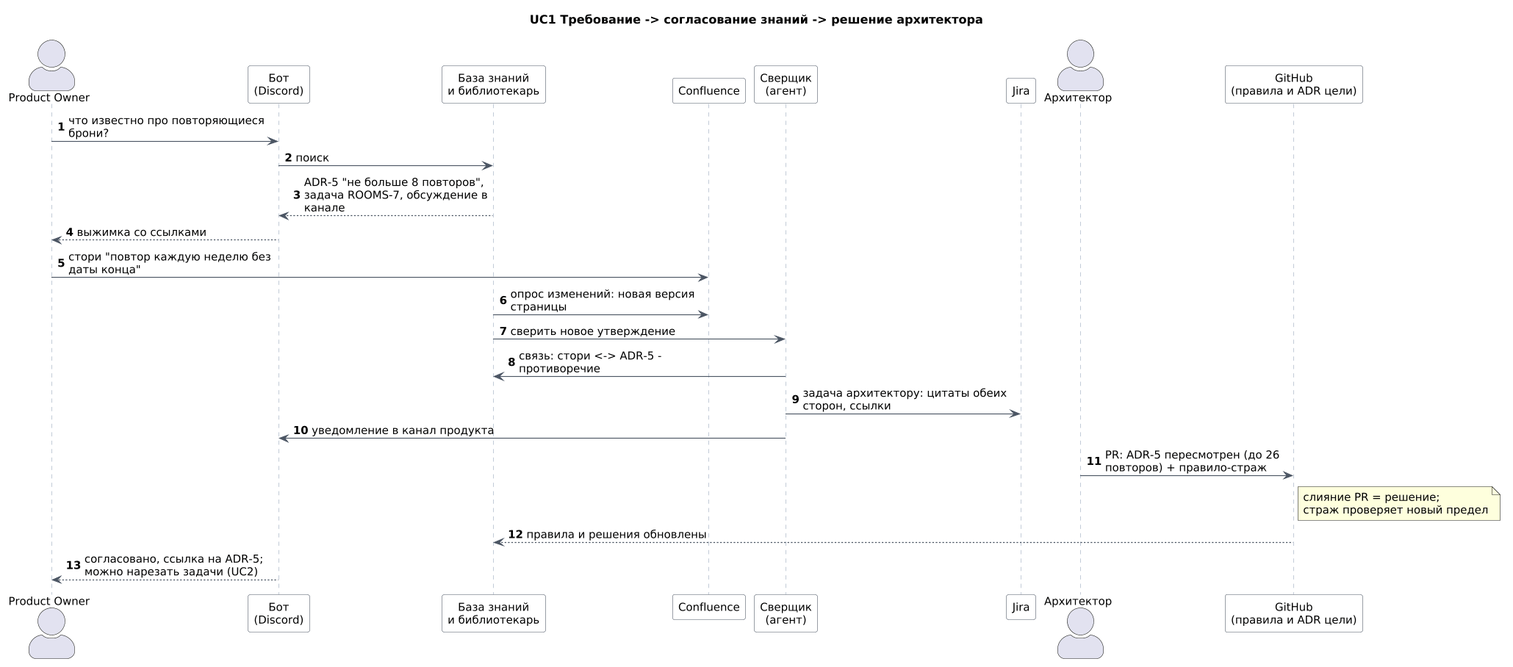
Earlier version of the PlantUML export docs/demo/diagrams/uc1-requirement-conflict.png (ypolosov/ai-factory).
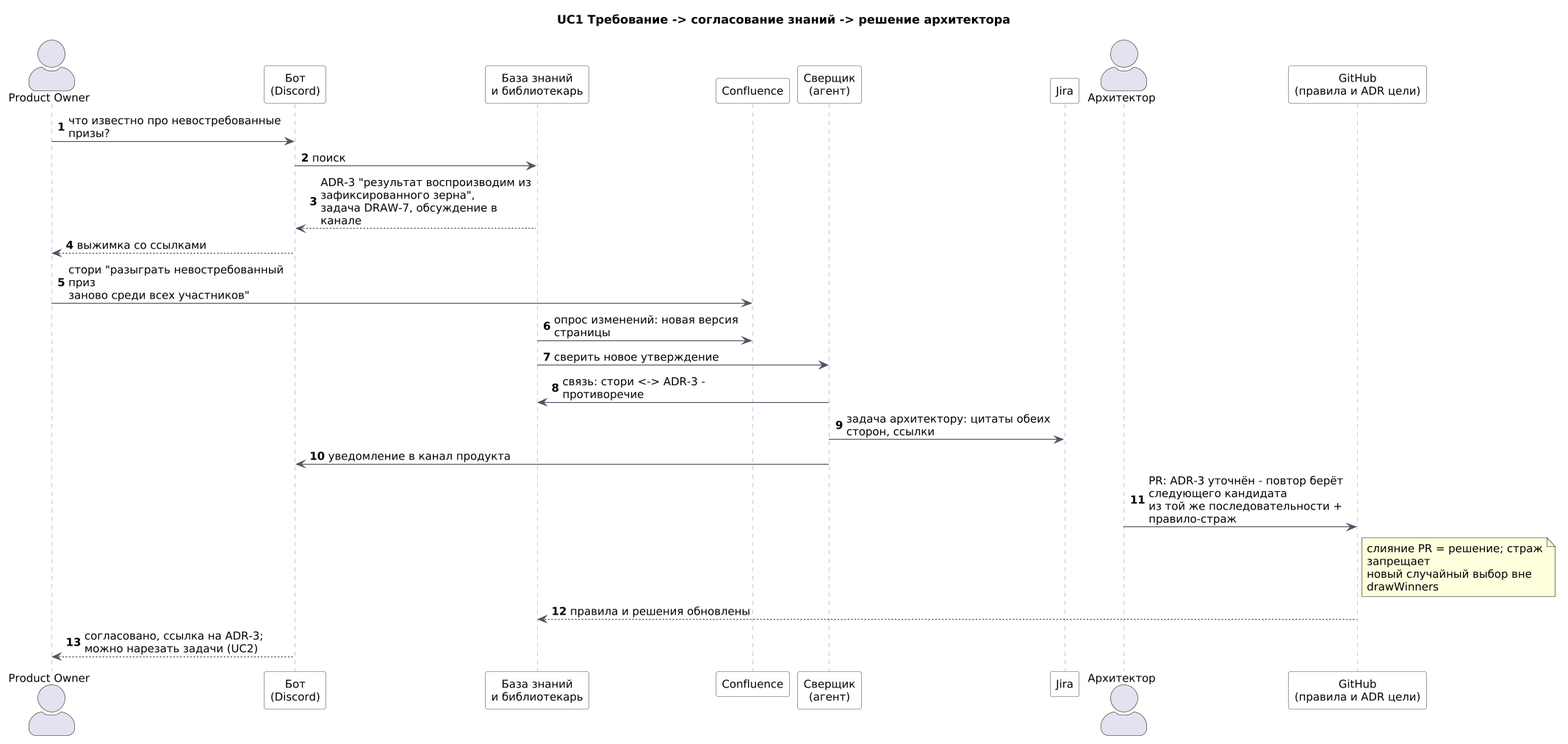
After the commit.

Diff of the diagram source:
```diff
@@ -13,18 +13,18 @@
 participant "GitHub\n(правила и ADR цели)" as GH
 
 autonumber
-PO -> BOT : что известно про повторяющиеся брони?
+PO -> BOT : что известно про невостребованные призы?
 BOT -> KB : поиск
-KB --> BOT : ADR-5 "не больше 8 повторов", задача ROOMS-7, обсуждение в канале
+KB --> BOT : ADR-3 "результат воспроизводим из зафиксированного зерна",\nзадача DRAW-7, обсуждение в канале
 BOT --> PO : выжимка со ссылками
-PO -> CONF : стори "повтор каждую неделю без даты конца"
+PO -> CONF : стори "разыграть невостребованный приз\nзаново среди всех участников"
 KB -> CONF : опрос изменений: новая версия страницы
 KB -> REC : сверить новое утверждение
-REC -> KB : связь: стори <-> ADR-5 - противоречие
+REC -> KB : связь: стори <-> ADR-3 - противоречие
 REC -> JIRA : задача архитектору: цитаты обеих сторон, ссылки
 REC -> BOT : уведомление в канал продукта
-ARC -> GH : PR: ADR-5 пересмотрен (до 26 повторов) + правило-страж
-note right of GH : слияние PR = решение;\nстраж проверяет новый предел
+ARC -> GH : PR: ADR-3 уточнён - повтор берёт следующего кандидата\nиз той же последовательности + правило-страж
+note right of GH : слияние PR = решение; страж запрещает\nновый случайный выбор вне drawWinners
 GH --> KB : правила и решения обновлены
-BOT --> PO : согласовано, ссылка на ADR-5; можно нарезать задачи (UC2)
+BOT --> PO : согласовано, ссылка на ADR-3; можно нарезать задачи (UC2)
 @enduml
```
